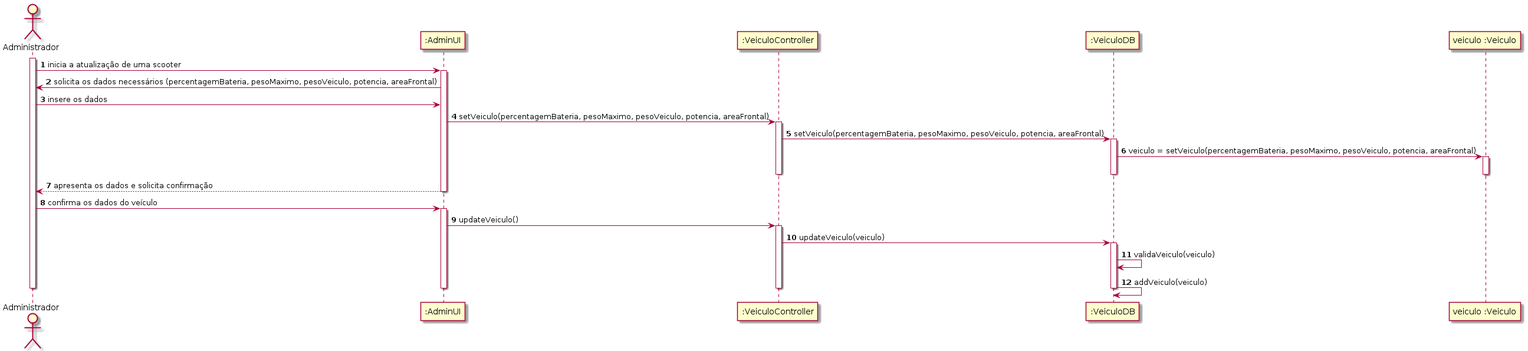
This is docs/UC4/UC4_AtualizarScooter_SD.png from pedrolemos4/LAPR3, a PlantUML export, as it was before one commit. Its diagram source:
```plantuml
@startuml
autonumber

actor "Administrador" as ADMIN

participant ":AdminUI" as UI
participant ":VeiculoController" as CTRL
participant ":VeiculoDB" as SCHL
participant "veiculo :Veiculo" as SCOOT


activate ADMIN
ADMIN -> UI : inicia a atualização de uma scooter
activate UI
UI -> ADMIN : solicita os dados necessários (percentagemBateria, pesoMaximo, pesoVeiculo, potencia, areaFrontal)
ADMIN -> UI : insere os dados
UI -> CTRL : setVeiculo(percentagemBateria, pesoMaximo, pesoVeiculo, potencia, areaFrontal)
activate CTRL
CTRL -> SCHL : setVeiculo(percentagemBateria, pesoMaximo, pesoVeiculo, potencia, areaFrontal)
activate SCHL
SCHL -> SCOOT : veiculo = setVeiculo(percentagemBateria, pesoMaximo, pesoVeiculo, potencia, areaFrontal)
activate SCOOT
deactivate SCOOT
deactivate SCHL
deactivate CTRL

UI --> ADMIN : apresenta os dados e solicita confirmação
deactivate UI

ADMIN -> UI : confirma os dados do veículo
activate UI
UI -> CTRL : updateVeiculo()
activate CTRL
CTRL -> SCHL : updateVeiculo(veiculo)
activate SCHL
SCHL -> SCHL : validaVeiculo(veiculo)
SCHL -> SCHL : addVeiculo(veiculo)
deactivate SCHL
deactivate CTRL
deactivate UI
deactivate ADMIN
@enduml
```
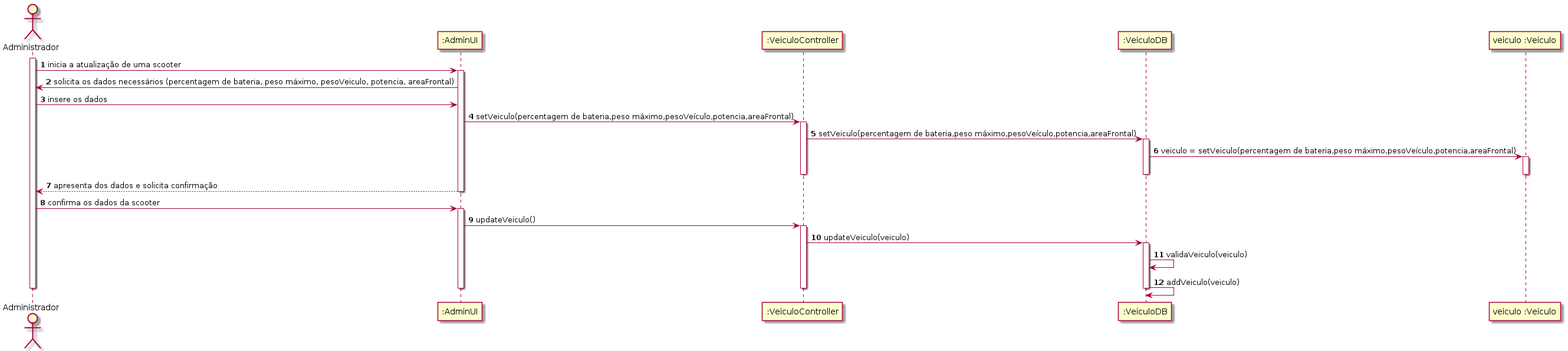
Later version of the same file.

The edit, as a diff of the source:
```diff
@@ -12,22 +12,22 @@
 activate ADMIN
 ADMIN -> UI : inicia a atualização de uma scooter
 activate UI
-UI -> ADMIN : solicita os dados necessários (percentagemBateria, pesoMaximo, pesoVeiculo, potencia, areaFrontal)
+UI -> ADMIN : solicita os dados necessários (percentagem de bateria, peso máximo, pesoVeiculo, potencia, areaFrontal)
 ADMIN -> UI : insere os dados
-UI -> CTRL : setVeiculo(percentagemBateria, pesoMaximo, pesoVeiculo, potencia, areaFrontal)
+UI -> CTRL : setVeiculo(percentagem de bateria,peso máximo,pesoVeículo,potencia,areaFrontal)
 activate CTRL
-CTRL -> SCHL : setVeiculo(percentagemBateria, pesoMaximo, pesoVeiculo, potencia, areaFrontal)
+CTRL -> SCHL : setVeiculo(percentagem de bateria,peso máximo,pesoVeículo,potencia,areaFrontal)
 activate SCHL
-SCHL -> SCOOT : veiculo = setVeiculo(percentagemBateria, pesoMaximo, pesoVeiculo, potencia, areaFrontal)
+SCHL -> SCOOT : veiculo = setVeiculo(percentagem de bateria,peso máximo,pesoVeículo,potencia,areaFrontal)
 activate SCOOT
 deactivate SCOOT
 deactivate SCHL
 deactivate CTRL
 
-UI --> ADMIN : apresenta os dados e solicita confirmação
+UI --> ADMIN : apresenta dos dados e solicita confirmação
 deactivate UI
 
-ADMIN -> UI : confirma os dados do veículo
+ADMIN -> UI : confirma os dados da scooter
 activate UI
 UI -> CTRL : updateVeiculo()
 activate CTRL
```
